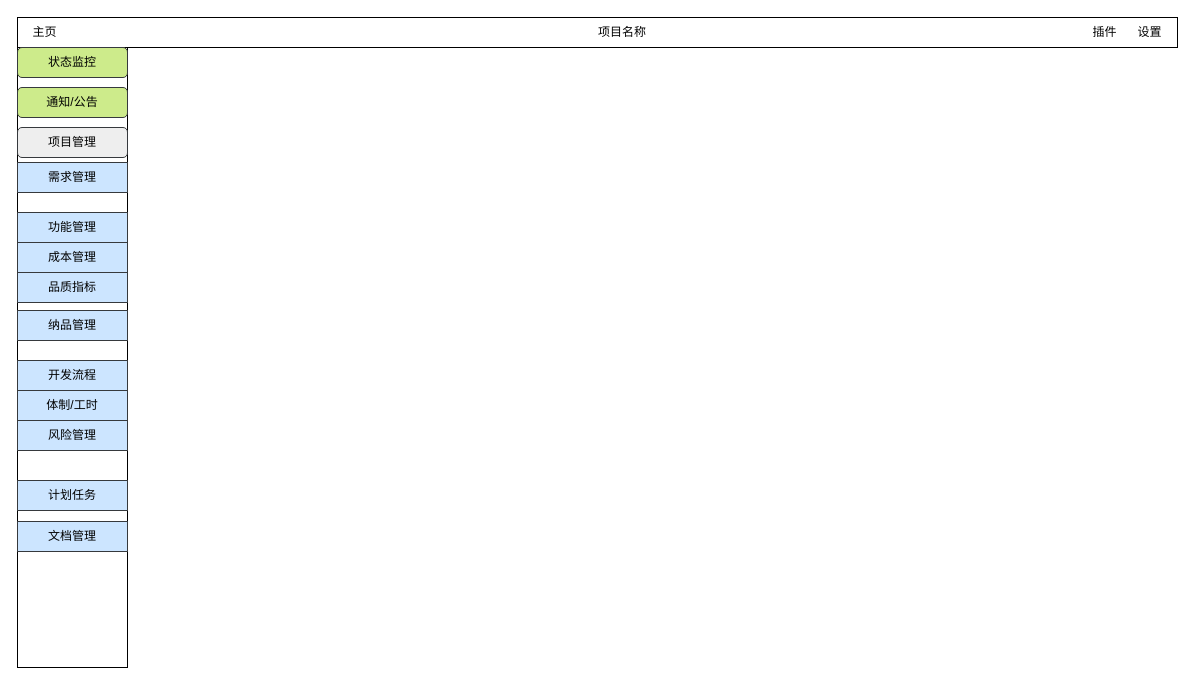
This is page "pm-project-detail" (4 of 24) of project-in-action/software-develop-management-system/doc/design/ui/sdms.drawio from callistoctopus/project-all-in-one, a draw.io file, before an edit. Source tidied: cells renumbered, new cells numbered last; positions are measured from the earlier drawing's top-left corner, leaving out a move shared by most shapes. Both pictures are drawn from the tidied source at 100%, with x=0, y=0 at pixel (17, 17).
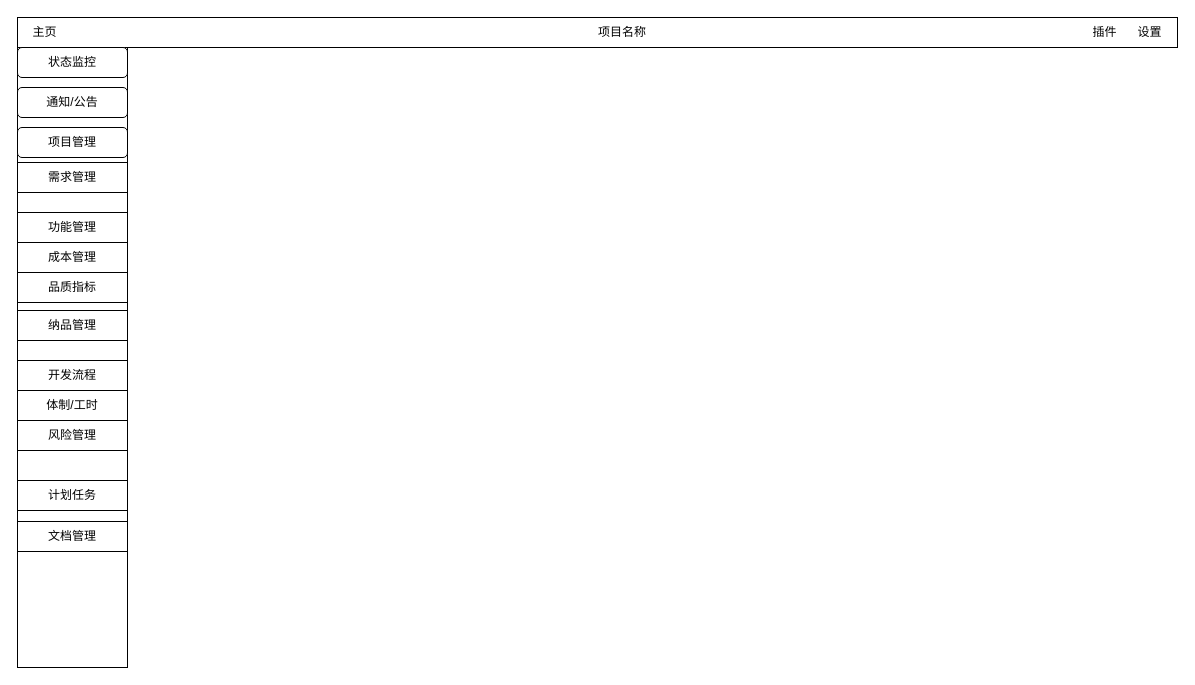
The same diagram, later.

Diff of the diagram source:
```diff
@@
-    <mxCell id="4" value="状态监控" style="rounded=1;whiteSpace=wrap;html=1;fillColor=#cdeb8b;strokeColor=#36393d;" parent="1" vertex="1">
+    <mxCell id="4" value="状态监控" style="rounded=1;whiteSpace=wrap;html=1;" parent="1" vertex="1">
       <mxGeometry y="30" width="110" height="30" as="geometry" />
     </mxCell>
-    <mxCell id="5" value="计划任务" style="rounded=0;whiteSpace=wrap;html=1;rotation=0;gradientDirection=south;strokeColor=#36393d;fillColor=#cce5ff;" parent="1" vertex="1">
+    <mxCell id="5" value="计划任务" style="rounded=0;whiteSpace=wrap;html=1;rotation=0;gradientDirection=south;" parent="1" vertex="1">
       <mxGeometry y="463" width="110" height="30" as="geometry" />
     </mxCell>
-    <mxCell id="6" value="开发流程" style="rounded=0;whiteSpace=wrap;html=1;rotation=0;gradientDirection=south;strokeColor=#36393d;fillColor=#cce5ff;" parent="1" vertex="1">
+    <mxCell id="6" value="开发流程" style="rounded=0;whiteSpace=wrap;html=1;rotation=0;gradientDirection=south;" parent="1" vertex="1">
       <mxGeometry y="343" width="110" height="30" as="geometry" />
     </mxCell>
-    <mxCell id="7" value="体制/工时" style="rounded=0;whiteSpace=wrap;html=1;rotation=0;gradientDirection=south;strokeColor=#36393d;fillColor=#cce5ff;" parent="1" vertex="1">
+    <mxCell id="7" value="体制/工时" style="rounded=0;whiteSpace=wrap;html=1;rotation=0;gradientDirection=south;" parent="1" vertex="1">
       <mxGeometry y="373" width="110" height="30" as="geometry" />
     </mxCell>
-    <mxCell id="8" value="品质指标" style="rounded=0;whiteSpace=wrap;html=1;rotation=0;gradientDirection=south;strokeColor=#36393d;fillColor=#cce5ff;" parent="1" vertex="1">
+    <mxCell id="8" value="品质指标" style="rounded=0;whiteSpace=wrap;html=1;rotation=0;gradientDirection=south;" parent="1" vertex="1">
       <mxGeometry y="255" width="110" height="30" as="geometry" />
     </mxCell>
-    <mxCell id="9" value="风险管理" style="rounded=0;whiteSpace=wrap;html=1;rotation=0;gradientDirection=south;strokeColor=#36393d;fillColor=#cce5ff;" parent="1" vertex="1">
+    <mxCell id="9" value="风险管理" style="rounded=0;whiteSpace=wrap;html=1;rotation=0;gradientDirection=south;" parent="1" vertex="1">
       <mxGeometry y="403" width="110" height="30" as="geometry" />
     </mxCell>
-    <mxCell id="10" value="成本管理" style="rounded=0;whiteSpace=wrap;html=1;rotation=0;gradientDirection=south;strokeColor=#36393d;fillColor=#cce5ff;" parent="1" vertex="1">
+    <mxCell id="10" value="成本管理" style="rounded=0;whiteSpace=wrap;html=1;rotation=0;gradientDirection=south;" parent="1" vertex="1">
       <mxGeometry y="225" width="110" height="30" as="geometry" />
     </mxCell>
-    <mxCell id="11" value="通知/公告" style="rounded=1;whiteSpace=wrap;html=1;fillColor=#cdeb8b;strokeColor=#36393d;" parent="1" vertex="1">
+    <mxCell id="11" value="通知/公告" style="rounded=1;whiteSpace=wrap;html=1;" parent="1" vertex="1">
       <mxGeometry y="70" width="110" height="30" as="geometry" />
     </mxCell>
@@
-    <mxCell id="14" value="功能管理" style="rounded=0;whiteSpace=wrap;html=1;rotation=0;gradientDirection=south;strokeColor=#36393d;fillColor=#cce5ff;" parent="1" vertex="1">
+    <mxCell id="14" value="功能管理" style="rounded=0;whiteSpace=wrap;html=1;rotation=0;gradientDirection=south;" parent="1" vertex="1">
       <mxGeometry y="195" width="110" height="30" as="geometry" />
     </mxCell>
-    <mxCell id="15" value="需求管理" style="rounded=0;whiteSpace=wrap;html=1;rotation=0;gradientDirection=south;strokeColor=#36393d;fillColor=#cce5ff;" parent="1" vertex="1">
+    <mxCell id="15" value="需求管理" style="rounded=0;whiteSpace=wrap;html=1;rotation=0;gradientDirection=south;" parent="1" vertex="1">
       <mxGeometry y="145" width="110" height="30" as="geometry" />
     </mxCell>
-    <mxCell id="16" value="纳品管理" style="rounded=0;whiteSpace=wrap;html=1;rotation=0;gradientDirection=south;strokeColor=#36393d;fillColor=#cce5ff;" parent="1" vertex="1">
+    <mxCell id="16" value="纳品管理" style="rounded=0;whiteSpace=wrap;html=1;rotation=0;gradientDirection=south;" parent="1" vertex="1">
       <mxGeometry y="293" width="110" height="30" as="geometry" />
     </mxCell>
-    <mxCell id="17" value="项目管理" style="rounded=1;whiteSpace=wrap;html=1;fillColor=#eeeeee;strokeColor=#36393d;" parent="1" vertex="1">
+    <mxCell id="17" value="项目管理" style="rounded=1;whiteSpace=wrap;html=1;" parent="1" vertex="1">
       <mxGeometry y="110" width="110" height="30" as="geometry" />
     </mxCell>
-    <mxCell id="18" value="文档管理" style="rounded=0;whiteSpace=wrap;html=1;rotation=0;gradientDirection=south;strokeColor=#36393d;fillColor=#cce5ff;" parent="1" vertex="1">
+    <mxCell id="18" value="文档管理" style="rounded=0;whiteSpace=wrap;html=1;rotation=0;gradientDirection=south;" parent="1" vertex="1">
       <mxGeometry y="504" width="110" height="30" as="geometry" />
     </mxCell>
```
